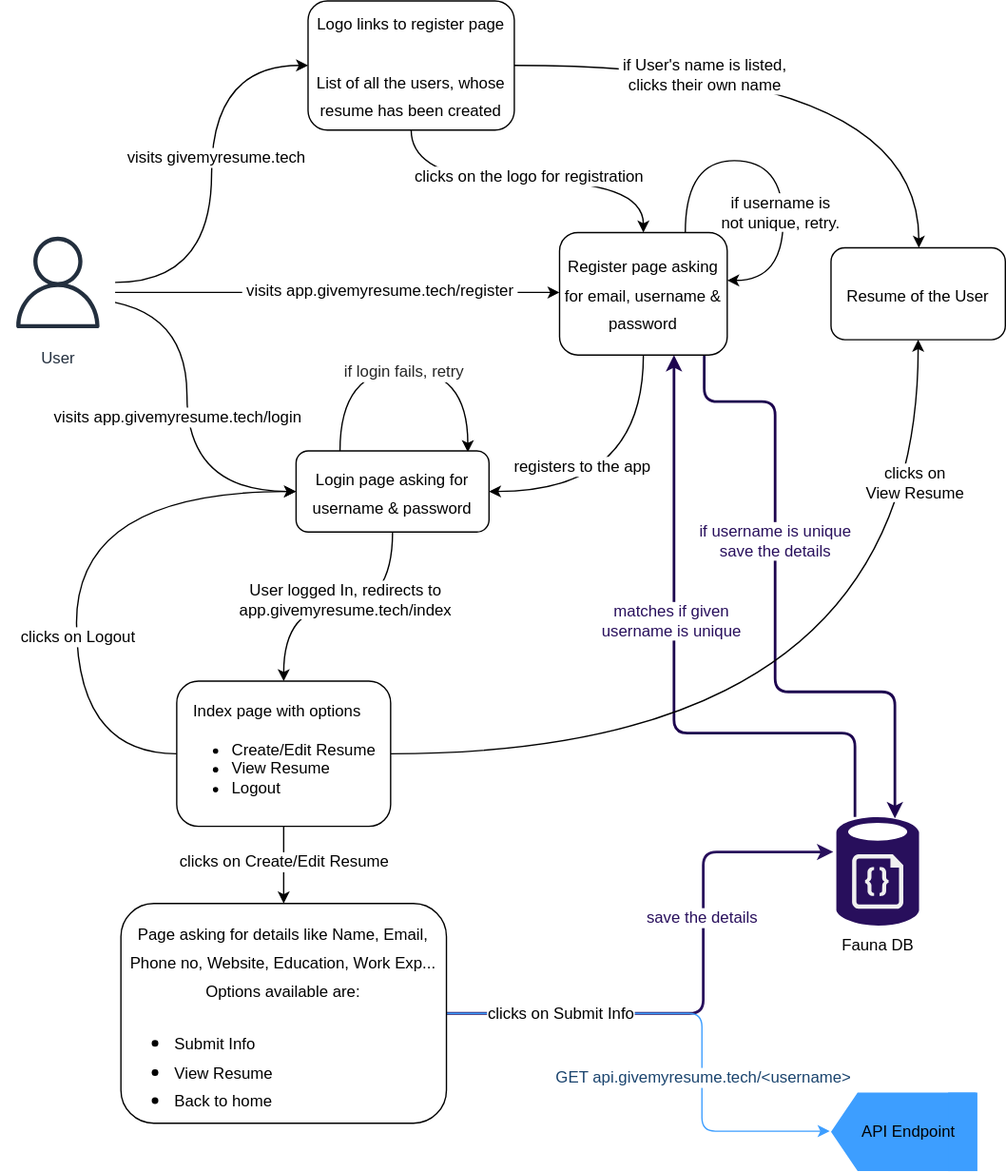
Above: app-workflow.drawio.svg in givemyresume/doc (draw.io), before the change. Source tidied: cells renumbered, new cells last; positions are measured from the earlier drawing's top-left corner, leaving out a move shared by most shapes.
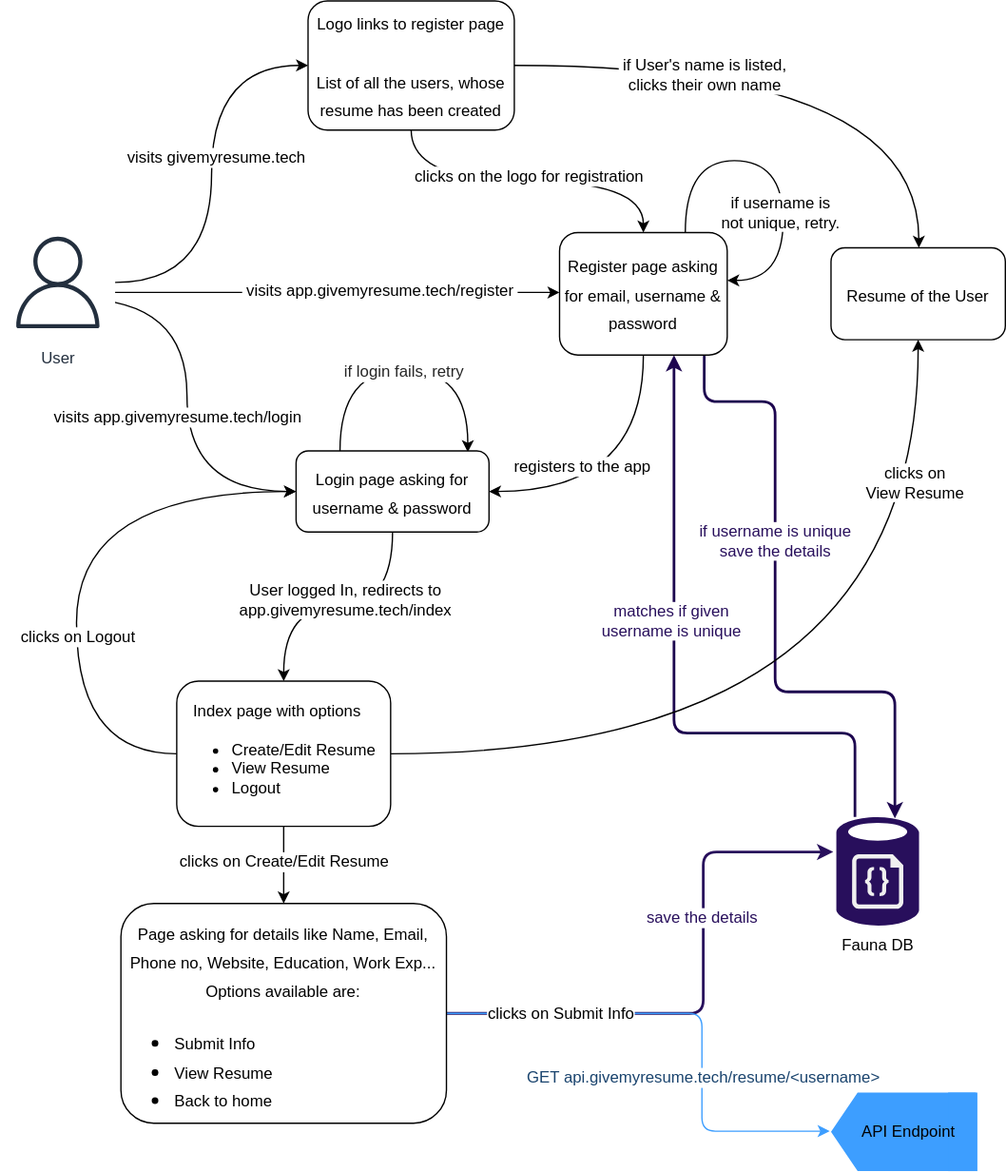
The same diagram one commit later.

The edit, as a diff of the source:
```diff
@@ -187,7 +187,7 @@
         <mxPoint x="10" as="offset" />
       </mxGeometry>
     </mxCell>
-    <mxCell id="39" value="GET api.givemyresume.tech/&amp;lt;username&amp;gt;" style="edgeLabel;html=1;align=center;verticalAlign=middle;fontSize=12;fontColor=#1A446E;" parent="37" vertex="1">
+    <mxCell id="39" value="GET api.givemyresume.tech/resume/&amp;lt;username&amp;gt;" style="edgeLabel;html=1;align=center;verticalAlign=middle;fontSize=12;fontColor=#1A446E;" parent="37" vertex="1">
       <mxGeometry x="0.22" relative="1" as="geometry">
         <mxPoint y="11" as="offset" />
       </mxGeometry>
```
